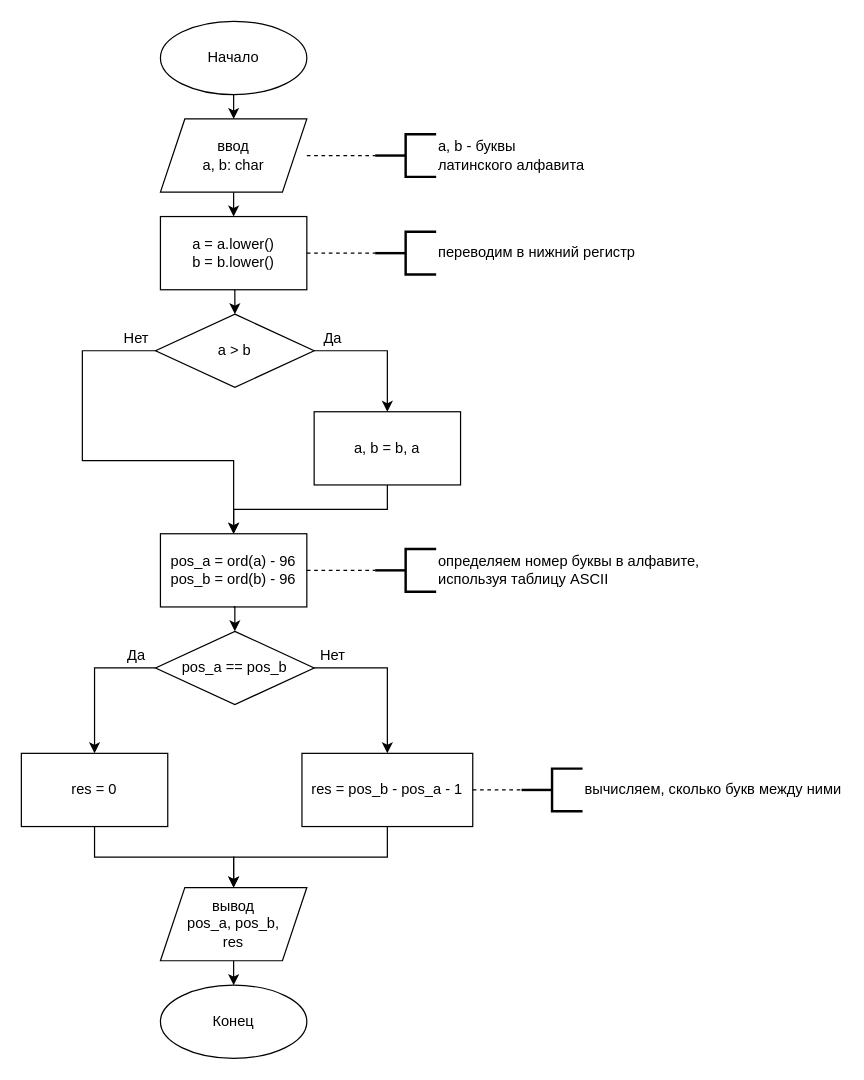
This is page "lesson_1_task_4" (4 of 8) of Lesson_1.drawio from Fleischmann2006/GB-Python-Algorithms, a draw.io file, before an edit. Source tidied: cells renumbered, new cells numbered last; positions are measured from the earlier drawing's top-left corner, leaving out a move shared by most shapes. Both pictures are drawn from the tidied source at 122%, with x=0, y=0 at pixel (21, 21).
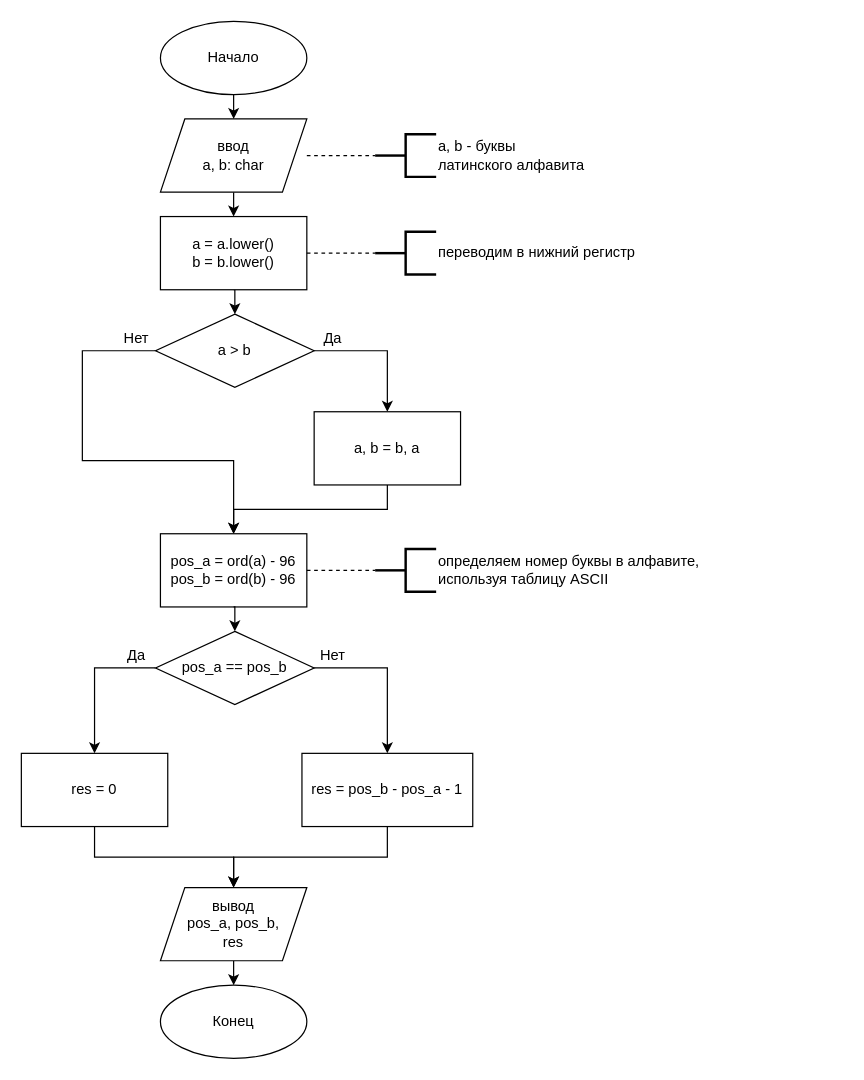
The same page after the edit.

What changed in the source:
```diff
@@
-    <mxCell id="21" value="вычисляем, сколько букв между ними" style="strokeWidth=2;html=1;shape=mxgraph.flowchart.annotation_2;align=left;labelPosition=right;" parent="1" vertex="1">
-      <mxGeometry x="410" y="612.5" width="50" height="35" as="geometry" />
-    </mxCell>
-    <mxCell id="22" style="endArrow=none;dashed=1;html=1;rounded=0;entryX=0;entryY=0.5;entryDx=0;entryDy=0;entryPerimeter=0;" parent="1" edge="1" target="21">
-      <mxGeometry relative="1" as="geometry">
-        <mxPoint x="370" y="630" as="sourcePoint" />
-      </mxGeometry>
-    </mxCell>
```
